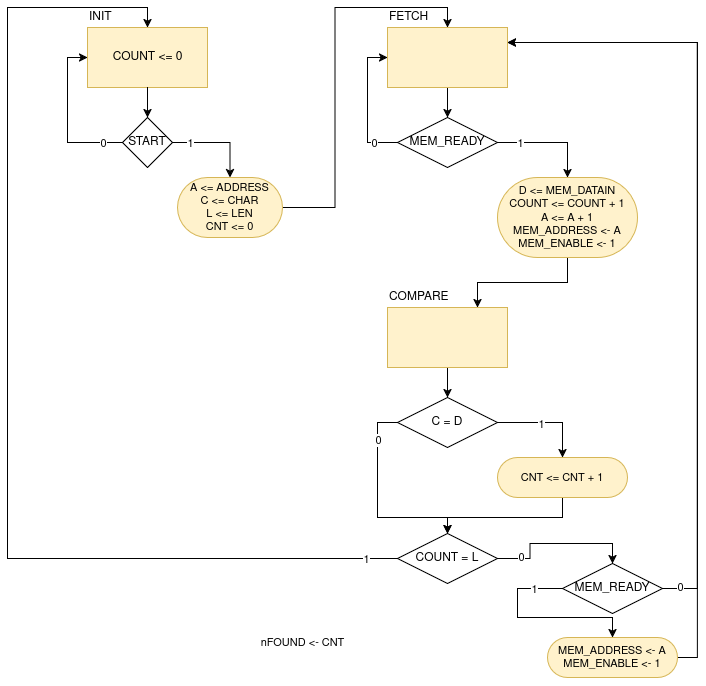
The draw.io diagram doc/images/ASM-search_chr_improved.drawio.png in DavidTrevisan/calcolatori_elettronici_2025, before a commit. Source tidied: cells renumbered, new cells last; positions are measured from the earlier drawing's top-left corner, leaving out a move shared by most shapes.
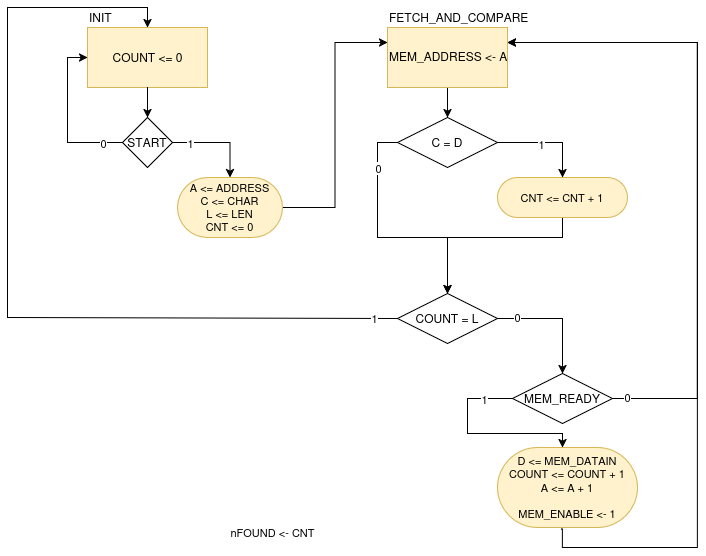
Above is the later version.

Change to the diagram source:
```diff
@@ -39,45 +39,21 @@
     <mxCell id="9" value="START" style="rhombus;whiteSpace=wrap;html=1;" parent="1" vertex="1">
       <mxGeometry x="115" y="110" width="50" height="50" as="geometry" />
     </mxCell>
-    <mxCell id="10" style="edgeStyle=orthogonalEdgeStyle;shape=connector;rounded=0;jumpStyle=arc;jettySize=auto;html=1;entryX=0.5;entryY=0;entryDx=0;entryDy=0;strokeColor=default;align=center;verticalAlign=middle;fontFamily=Helvetica;fontSize=11;fontColor=default;labelBackgroundColor=default;endArrow=classic;" parent="1" edge="1" source="11" target="13">
+    <mxCell id="10" style="edgeStyle=orthogonalEdgeStyle;shape=connector;rounded=0;jumpStyle=arc;jettySize=auto;html=1;entryX=0;entryY=0.25;entryDx=0;entryDy=0;strokeColor=default;align=center;verticalAlign=middle;fontFamily=Helvetica;fontSize=11;fontColor=default;labelBackgroundColor=default;endArrow=classic;" parent="1" edge="1" source="11" target="13">
       <mxGeometry relative="1" as="geometry" />
     </mxCell>
     <mxCell id="11" value="A &amp;lt;= ADDRESS&lt;br&gt;C &amp;lt;= CHAR&lt;br&gt;L &amp;lt;= LEN&lt;br&gt;CNT &amp;lt;= 0" style="rounded=1;whiteSpace=wrap;html=1;fontFamily=Helvetica;fontSize=11;labelBackgroundColor=none;fillColor=#fff2cc;strokeColor=#d6b656;arcSize=50;" parent="1" vertex="1">
       <mxGeometry x="170" y="170" width="105" height="60" as="geometry" />
     </mxCell>
-    <mxCell id="12" style="edgeStyle=orthogonalEdgeStyle;shape=connector;rounded=0;jumpStyle=arc;jettySize=auto;html=1;entryX=0.5;entryY=0;entryDx=0;entryDy=0;strokeColor=default;align=center;verticalAlign=middle;fontFamily=Helvetica;fontSize=11;fontColor=default;labelBackgroundColor=default;endArrow=classic;" parent="1" edge="1" source="13" target="18">
-      <mxGeometry relative="1" as="geometry" />
-    </mxCell>
+    <mxCell id="43" style="edgeStyle=orthogonalEdgeStyle;rounded=0;jettySize=auto;html=1;entryX=0.5;entryY=0;entryDx=0;entryDy=0;" parent="1" edge="1" source="13" target="27">
+      <mxGeometry relative="1" as="geometry" />
+    </mxCell>
-    <mxCell id="13" value="FETCH" style="rounded=0;whiteSpace=wrap;html=1;verticalAlign=bottom;labelPosition=center;verticalLabelPosition=top;align=left;fillColor=#fff2cc;strokeColor=#d6b656;" parent="1" vertex="1">
+    <mxCell id="13" value="FETCH_AND_COMPARE" style="rounded=0;whiteSpace=wrap;html=1;verticalAlign=bottom;labelPosition=center;verticalLabelPosition=top;align=left;fillColor=#fff2cc;strokeColor=#d6b656;" parent="1" vertex="1">
       <mxGeometry x="380" y="20" width="120" height="60" as="geometry" />
     </mxCell>
-    <mxCell id="14" style="edgeStyle=orthogonalEdgeStyle;shape=connector;rounded=0;jumpStyle=arc;jettySize=auto;html=1;entryX=0;entryY=0.5;entryDx=0;entryDy=0;strokeColor=default;align=center;verticalAlign=middle;fontFamily=Helvetica;fontSize=11;fontColor=default;labelBackgroundColor=default;endArrow=classic;exitX=0;exitY=0.5;exitDx=0;exitDy=0;" parent="1" edge="1" source="18" target="13">
-      <mxGeometry relative="1" as="geometry" />
-    </mxCell>
-    <mxCell id="15" value="0" style="edgeLabel;html=1;align=center;verticalAlign=middle;fontFamily=Helvetica;fontSize=11;fontColor=default;labelBackgroundColor=default;" parent="14" vertex="1">
-      <mxGeometry x="-0.64" relative="1" as="geometry" />
-    </mxCell>
-    <mxCell id="16" style="edgeStyle=orthogonalEdgeStyle;shape=connector;rounded=0;jumpStyle=arc;jettySize=auto;html=1;entryX=0.5;entryY=0;entryDx=0;entryDy=0;strokeColor=default;align=center;verticalAlign=middle;fontFamily=Helvetica;fontSize=11;fontColor=default;labelBackgroundColor=default;endArrow=classic;exitX=1;exitY=0.5;exitDx=0;exitDy=0;" parent="1" edge="1" source="18" target="20">
-      <mxGeometry relative="1" as="geometry" />
-    </mxCell>
-    <mxCell id="17" value="1" style="edgeLabel;html=1;align=center;verticalAlign=middle;fontFamily=Helvetica;fontSize=11;fontColor=default;labelBackgroundColor=default;" parent="16" vertex="1">
-      <mxGeometry x="-0.58" relative="1" as="geometry" />
-    </mxCell>
-    <mxCell id="18" value="MEM_READY" style="rhombus;whiteSpace=wrap;html=1;" parent="1" vertex="1">
-      <mxGeometry x="390" y="110" width="100" height="50" as="geometry" />
-    </mxCell>
-    <mxCell id="19" style="edgeStyle=orthogonalEdgeStyle;shape=connector;rounded=0;jumpStyle=arc;jettySize=auto;html=1;entryX=0.75;entryY=0;entryDx=0;entryDy=0;strokeColor=default;align=center;verticalAlign=middle;fontFamily=Helvetica;fontSize=11;fontColor=default;labelBackgroundColor=default;endArrow=classic;" parent="1" edge="1" source="20" target="22">
-      <mxGeometry relative="1" as="geometry" />
-    </mxCell>
-    <mxCell id="20" value="D &amp;lt;= MEM_DATAIN&lt;br&gt;COUNT &amp;lt;= COUNT + 1&lt;br&gt;&lt;div&gt;A &amp;lt;= A + 1&lt;br&gt;MEM_ADDRESS &amp;lt;- A&lt;br&gt;MEM_ENABLE &amp;lt;- 1&lt;/div&gt;" style="rounded=1;whiteSpace=wrap;html=1;fontFamily=Helvetica;fontSize=11;labelBackgroundColor=none;fillColor=#fff2cc;strokeColor=#d6b656;arcSize=50;" parent="1" vertex="1">
-      <mxGeometry x="490" y="170" width="140" height="80" as="geometry" />
+    <mxCell id="20" value="D &amp;lt;= MEM_DATAIN&lt;br&gt;COUNT &amp;lt;= COUNT + 1&lt;br&gt;&lt;div&gt;A &amp;lt;= A + 1&lt;br&gt;&lt;br&gt;MEM_ENABLE &amp;lt;- 1&lt;/div&gt;" style="rounded=1;whiteSpace=wrap;html=1;fontFamily=Helvetica;fontSize=11;labelBackgroundColor=none;fillColor=#fff2cc;strokeColor=#d6b656;arcSize=50;" parent="1" vertex="1">
+      <mxGeometry x="490" y="440" width="140" height="80" as="geometry" />
     </mxCell>
-    <mxCell id="21" style="edgeStyle=orthogonalEdgeStyle;shape=connector;rounded=0;jumpStyle=arc;jettySize=auto;html=1;entryX=0.5;entryY=0;entryDx=0;entryDy=0;strokeColor=default;align=center;verticalAlign=middle;fontFamily=Helvetica;fontSize=11;fontColor=default;labelBackgroundColor=default;endArrow=classic;" parent="1" edge="1" source="22" target="27">
-      <mxGeometry relative="1" as="geometry" />
-    </mxCell>
-    <mxCell id="22" value="COMPARE" style="rounded=0;whiteSpace=wrap;html=1;verticalAlign=bottom;labelPosition=center;verticalLabelPosition=top;align=left;fillColor=#fff2cc;strokeColor=#d6b656;" parent="1" vertex="1">
-      <mxGeometry x="380" y="300" width="120" height="60" as="geometry" />
-    </mxCell>
     <mxCell id="23" style="edgeStyle=orthogonalEdgeStyle;shape=connector;rounded=0;jumpStyle=arc;jettySize=auto;html=1;entryX=0.5;entryY=0;entryDx=0;entryDy=0;strokeColor=default;align=center;verticalAlign=middle;fontFamily=Helvetica;fontSize=11;fontColor=default;labelBackgroundColor=default;endArrow=classic;exitX=1;exitY=0.5;exitDx=0;exitDy=0;" parent="1" edge="1" source="27" target="29">
       <mxGeometry relative="1" as="geometry" />
     </mxCell>
@@ -87,9 +63,9 @@
     <mxCell id="25" style="edgeStyle=orthogonalEdgeStyle;shape=connector;rounded=0;jumpStyle=arc;jettySize=auto;html=1;strokeColor=default;align=center;verticalAlign=middle;fontFamily=Helvetica;fontSize=11;fontColor=default;labelBackgroundColor=default;endArrow=classic;exitX=0;exitY=0.5;exitDx=0;exitDy=0;entryX=0.5;entryY=0;entryDx=0;entryDy=0;" parent="1" edge="1" source="27" target="34">
       <mxGeometry relative="1" as="geometry">
         <Array as="points">
-          <mxPoint x="370" y="415" />
-          <mxPoint x="370" y="510" />
-          <mxPoint x="440" y="510" />
+          <mxPoint x="370" y="135" />
+          <mxPoint x="370" y="230" />
+          <mxPoint x="440" y="230" />
         </Array>
       </mxGeometry>
     </mxCell>
@@ -97,35 +73,37 @@
       <mxGeometry x="-0.63" relative="1" as="geometry" />
     </mxCell>
     <mxCell id="27" value="C = D" style="rhombus;whiteSpace=wrap;html=1;" parent="1" vertex="1">
-      <mxGeometry x="390" y="390" width="100" height="50" as="geometry" />
+      <mxGeometry x="390" y="110" width="100" height="50" as="geometry" />
     </mxCell>
     <mxCell id="28" style="edgeStyle=orthogonalEdgeStyle;shape=connector;rounded=0;jumpStyle=arc;jettySize=auto;html=1;entryX=0.5;entryY=0;entryDx=0;entryDy=0;strokeColor=default;align=center;verticalAlign=middle;fontFamily=Helvetica;fontSize=11;fontColor=default;labelBackgroundColor=default;endArrow=classic;" parent="1" edge="1" source="29" target="34">
       <mxGeometry relative="1" as="geometry">
         <Array as="points">
-          <mxPoint x="555" y="510" />
-          <mxPoint x="440" y="510" />
+          <mxPoint x="555" y="230" />
+          <mxPoint x="440" y="230" />
         </Array>
       </mxGeometry>
     </mxCell>
     <mxCell id="29" value="CNT &amp;lt;= CNT + 1" style="rounded=1;whiteSpace=wrap;html=1;fontFamily=Helvetica;fontSize=11;labelBackgroundColor=none;fillColor=#fff2cc;strokeColor=#d6b656;arcSize=50;" parent="1" vertex="1">
-      <mxGeometry x="490" y="450" width="130" height="40" as="geometry" />
+      <mxGeometry x="490" y="170" width="130" height="40" as="geometry" />
     </mxCell>
-    <mxCell id="30" style="edgeStyle=orthogonalEdgeStyle;shape=connector;rounded=0;jumpStyle=arc;jettySize=auto;html=1;entryX=0.5;entryY=0;entryDx=0;entryDy=0;strokeColor=default;align=center;verticalAlign=middle;fontFamily=Helvetica;fontSize=11;fontColor=default;labelBackgroundColor=default;endArrow=classic;exitX=0;exitY=0.5;exitDx=0;exitDy=0;" parent="1" edge="1" source="42" target="36">
+    <mxCell id="30" style="edgeStyle=orthogonalEdgeStyle;shape=connector;rounded=0;jumpStyle=arc;jettySize=auto;html=1;entryX=0.5;entryY=0;entryDx=0;entryDy=0;strokeColor=default;align=center;verticalAlign=middle;fontFamily=Helvetica;fontSize=11;fontColor=default;labelBackgroundColor=default;endArrow=classic;exitX=0;exitY=0.5;exitDx=0;exitDy=0;" parent="1" edge="1" source="42">
       <mxGeometry relative="1" as="geometry">
+        <mxPoint x="555" y="440" as="targetPoint" />
         <Array as="points">
-          <mxPoint x="510" y="581" />
-          <mxPoint x="510" y="610" />
-          <mxPoint x="605" y="610" />
+          <mxPoint x="460" y="391" />
+          <mxPoint x="460" y="426" />
+          <mxPoint x="555" y="426" />
         </Array>
       </mxGeometry>
     </mxCell>
     <mxCell id="31" value="1" style="edgeLabel;html=1;align=center;verticalAlign=middle;fontFamily=Helvetica;fontSize=11;fontColor=default;labelBackgroundColor=default;" parent="30" vertex="1">
       <mxGeometry x="-0.7" relative="1" as="geometry" />
     </mxCell>
-    <mxCell id="32" style="edgeStyle=orthogonalEdgeStyle;shape=connector;rounded=0;jumpStyle=arc;jettySize=auto;html=1;entryX=0.5;entryY=0;entryDx=0;entryDy=0;strokeColor=default;align=center;verticalAlign=middle;fontFamily=Helvetica;fontSize=11;fontColor=default;labelBackgroundColor=default;endArrow=classic;" parent="1" edge="1" source="34" target="4">
+    <mxCell id="32" style="edgeStyle=orthogonalEdgeStyle;shape=connector;rounded=0;jumpStyle=arc;jettySize=auto;html=1;entryX=0.5;entryY=0;entryDx=0;entryDy=0;strokeColor=default;align=center;verticalAlign=middle;fontFamily=Helvetica;fontSize=11;fontColor=default;labelBackgroundColor=default;endArrow=classic;exitX=0;exitY=0.5;exitDx=0;exitDy=0;" parent="1" edge="1" source="34" target="4">
       <mxGeometry relative="1" as="geometry">
         <Array as="points">
-          <mxPoint y="551" />
+          <mxPoint x="370" y="310" />
+          <mxPoint y="310" />
           <mxPoint />
           <mxPoint x="140" />
         </Array>
@@ -135,22 +113,20 @@
       <mxGeometry x="-0.94" relative="1" as="geometry" />
     </mxCell>
     <mxCell id="34" value="COUNT = L" style="rhombus;whiteSpace=wrap;html=1;" parent="1" vertex="1">
-      <mxGeometry x="390" y="526" width="100" height="50" as="geometry" />
+      <mxGeometry x="390" y="286" width="100" height="50" as="geometry" />
     </mxCell>
-    <mxCell id="35" style="edgeStyle=orthogonalEdgeStyle;shape=connector;rounded=0;jumpStyle=arc;jettySize=auto;html=1;entryX=1;entryY=0.25;entryDx=0;entryDy=0;strokeColor=default;align=center;verticalAlign=middle;fontFamily=Helvetica;fontSize=11;fontColor=default;labelBackgroundColor=default;endArrow=classic;exitX=0.5;exitY=1;exitDx=0;exitDy=0;" parent="1" edge="1" source="36" target="13">
+    <mxCell id="35" style="edgeStyle=orthogonalEdgeStyle;shape=connector;rounded=0;jumpStyle=arc;jettySize=auto;html=1;entryX=1;entryY=0.25;entryDx=0;entryDy=0;strokeColor=default;align=center;verticalAlign=middle;fontFamily=Helvetica;fontSize=11;fontColor=default;labelBackgroundColor=default;endArrow=classic;exitX=0.456;exitY=1.019;exitDx=0;exitDy=0;exitPerimeter=0;" parent="1" edge="1" source="20" target="13">
       <mxGeometry relative="1" as="geometry">
         <Array as="points">
-          <mxPoint x="605" y="650" />
-          <mxPoint x="690" y="650" />
+          <mxPoint x="555" y="522" />
+          <mxPoint x="555" y="540" />
+          <mxPoint x="690" y="540" />
           <mxPoint x="690" y="35" />
         </Array>
       </mxGeometry>
     </mxCell>
-    <mxCell id="36" value="MEM_ADDRESS &amp;lt;- A&lt;br&gt;MEM_ENABLE &amp;lt;- 1" style="rounded=1;whiteSpace=wrap;html=1;fontFamily=Helvetica;fontSize=11;labelBackgroundColor=none;fillColor=#fff2cc;strokeColor=#d6b656;arcSize=50;" parent="1" vertex="1">
-      <mxGeometry x="540" y="630" width="130" height="40" as="geometry" />
-    </mxCell>
     <mxCell id="37" value="nFOUND &amp;lt;- CNT" style="text;html=1;align=center;verticalAlign=middle;strokeColor=none;fillColor=none;fontFamily=Helvetica;fontSize=11;fontColor=default;labelBackgroundColor=default;" parent="1" vertex="1">
-      <mxGeometry x="240" y="620" width="110" height="30" as="geometry" />
+      <mxGeometry x="210" y="510" width="110" height="30" as="geometry" />
     </mxCell>
     <mxCell id="38" style="edgeStyle=orthogonalEdgeStyle;shape=connector;rounded=0;jumpStyle=arc;jettySize=auto;html=1;entryX=0.5;entryY=0;entryDx=0;entryDy=0;strokeColor=default;align=center;verticalAlign=middle;fontFamily=Helvetica;fontSize=11;fontColor=default;labelBackgroundColor=default;endArrow=classic;" parent="1" edge="1" source="34" target="42">
       <mxGeometry relative="1" as="geometry" />
@@ -161,7 +137,7 @@
     <mxCell id="40" style="edgeStyle=orthogonalEdgeStyle;shape=connector;rounded=0;jumpStyle=arc;jettySize=auto;html=1;entryX=1;entryY=0.25;entryDx=0;entryDy=0;strokeColor=default;align=center;verticalAlign=middle;fontFamily=Helvetica;fontSize=11;fontColor=default;labelBackgroundColor=default;endArrow=classic;" parent="1" edge="1" source="42" target="13">
       <mxGeometry relative="1" as="geometry">
         <Array as="points">
-          <mxPoint x="690" y="581" />
+          <mxPoint x="690" y="391" />
           <mxPoint x="690" y="35" />
         </Array>
       </mxGeometry>
@@ -170,7 +146,10 @@
       <mxGeometry x="-0.96" y="2" relative="1" as="geometry" />
     </mxCell>
     <mxCell id="42" value="MEM_READY" style="rhombus;whiteSpace=wrap;html=1;" parent="1" vertex="1">
-      <mxGeometry x="555" y="556" width="100" height="50" as="geometry" />
+      <mxGeometry x="505" y="366" width="100" height="50" as="geometry" />
     </mxCell>
+    <mxCell id="44" value="MEM_ADDRESS &amp;lt;- A" style="text;whiteSpace=wrap;html=1;" parent="1" vertex="1">
+      <mxGeometry x="380" y="35" width="150" height="30" as="geometry" />
+    </mxCell>
   </root>
 </mxGraphModel>
```
